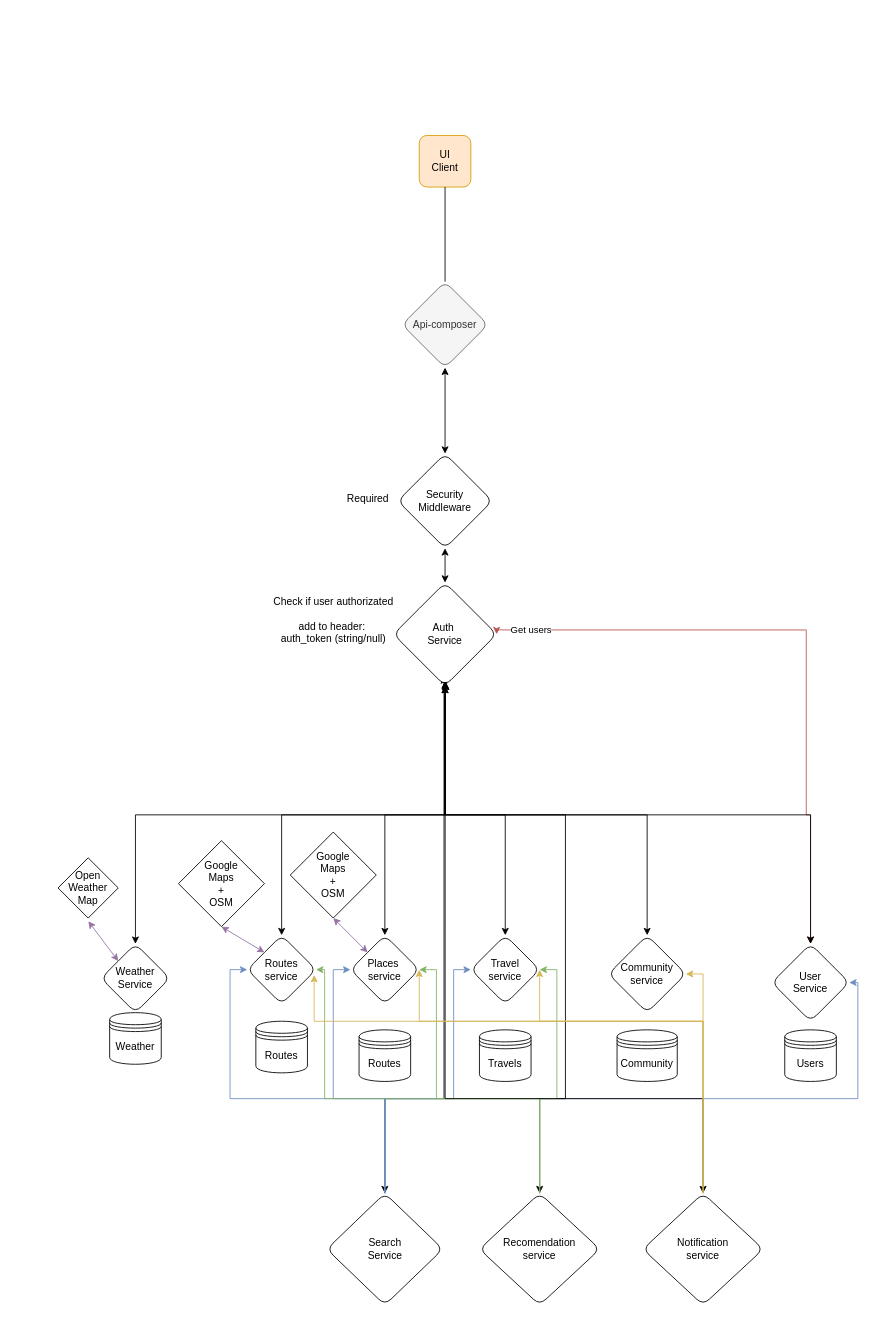
AndrewVozniak/WorldPath keeps this draw.io diagram as page "main" (1 of 2) of devStorage/ArchitectureWorldPath.drawio. Above is the earlier version. Source tidied: cells renumbered, new cells numbered last; positions are measured from the earlier drawing's top-left corner, leaving out a move shared by most shapes. Both pictures are drawn from the tidied source at 86%, with x=0, y=0 at pixel (15, 135).
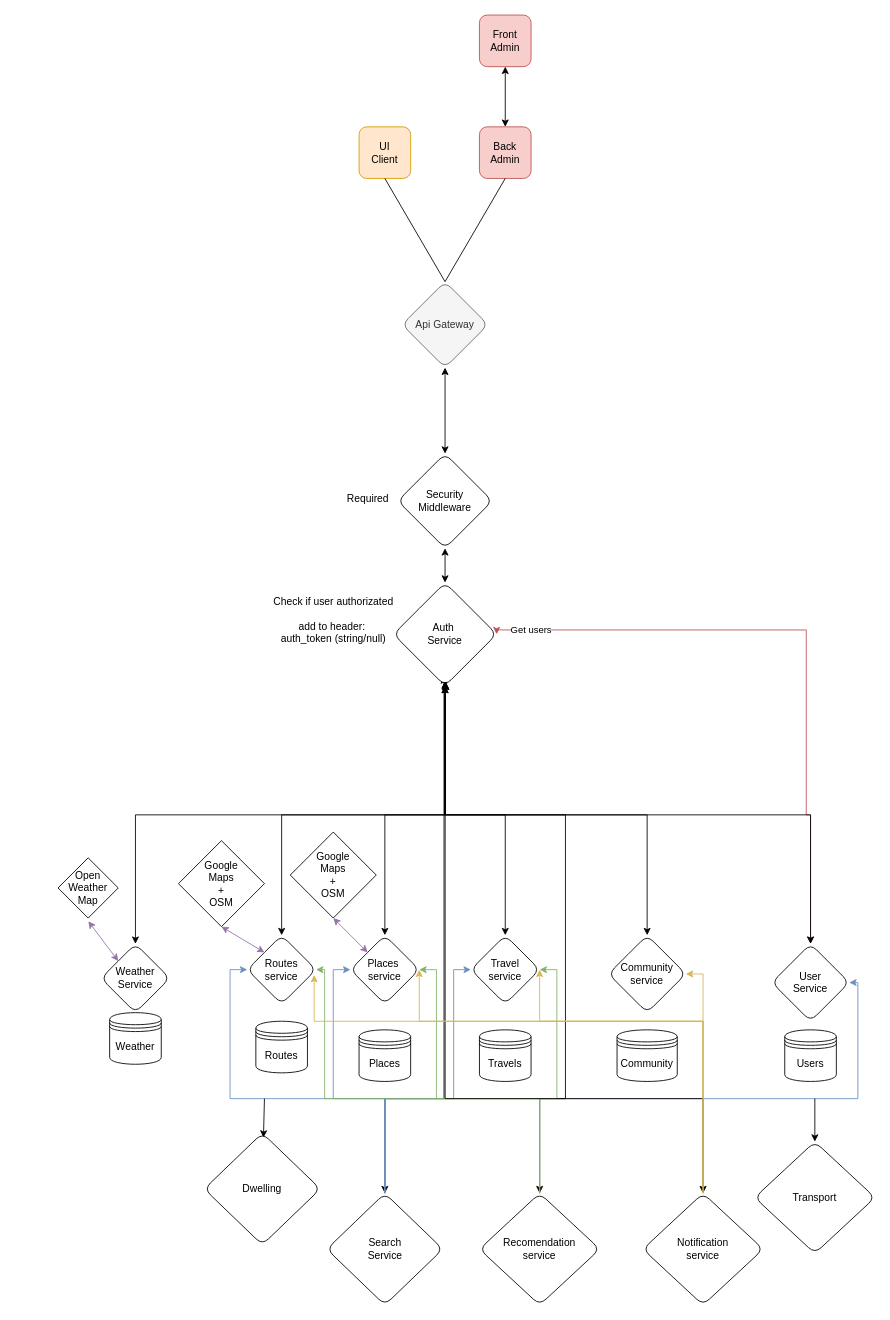
The same page after the edit.

The change refers to these unchanged cells:
```xml
<mxCell id="28" style="group;" parent="1" vertex="1">
  <mxGeometry x="390" y="930" width="80" height="160" as="geometry" />
</mxCell>
```

What changed in the source:
```diff
@@
     <mxCell id="2" value="UI&lt;br&gt;Client" style="rounded=1;whiteSpace=wrap;html=1;labelBackgroundColor=none;fillColor=#ffe6cc;strokeColor=#d79b00;" parent="1" vertex="1">
-      <mxGeometry x="470" width="60" height="60" as="geometry" />
+      <mxGeometry x="400" y="-10" width="60" height="60" as="geometry" />
     </mxCell>
-    <mxCell id="3" value="Api-composer" style="rhombus;whiteSpace=wrap;html=1;labelBackgroundColor=none;fillColor=#f5f5f5;fontColor=#333333;strokeColor=#666666;rounded=1;" parent="1" vertex="1">
+    <mxCell id="3" value="Api Gateway" style="rhombus;whiteSpace=wrap;html=1;labelBackgroundColor=none;fillColor=#f5f5f5;fontColor=#333333;strokeColor=#666666;rounded=1;" parent="1" vertex="1">
       <mxGeometry x="450" y="170" width="100" height="100" as="geometry" />
     </mxCell>
@@
-    <mxCell id="30" value="Routes" style="shape=datastore;whiteSpace=wrap;html=1;rounded=1;" parent="28" vertex="1">
+    <mxCell id="30" value="Places" style="shape=datastore;whiteSpace=wrap;html=1;rounded=1;" parent="28" vertex="1">
       <mxGeometry x="10" y="110" width="60" height="60" as="geometry" />
     </mxCell>
@@
+    <mxCell id="60" style="endArrow=classic;html=1;rounded=0;entryX=0.51;entryY=0.041;entryDx=0;entryDy=0;entryPerimeter=0;" parent="1" edge="1" target="63">
+      <mxGeometry relative="1" as="geometry">
+        <mxPoint x="290" y="1120" as="sourcePoint" />
+      </mxGeometry>
+    </mxCell>
+    <mxCell id="61" style="endArrow=classic;html=1;rounded=0;entryX=0.5;entryY=0;entryDx=0;entryDy=0;" parent="1" edge="1" target="62">
+      <mxGeometry relative="1" as="geometry">
+        <mxPoint x="930" y="1120" as="sourcePoint" />
+      </mxGeometry>
+    </mxCell>
+    <mxCell id="62" value="Transport" style="rhombus;whiteSpace=wrap;html=1;rounded=1;" parent="1" vertex="1">
+      <mxGeometry x="860" y="1170" width="140" height="130" as="geometry" />
+    </mxCell>
+    <mxCell id="63" value="Dwelling" style="rhombus;whiteSpace=wrap;html=1;rounded=1;" parent="1" vertex="1">
+      <mxGeometry x="220" y="1160" width="135" height="130" as="geometry" />
+    </mxCell>
+    <mxCell id="64" value="Back&lt;br&gt;Admin" style="rounded=1;whiteSpace=wrap;html=1;labelBackgroundColor=none;fillColor=#f8cecc;strokeColor=#b85450;" parent="1" vertex="1">
+      <mxGeometry x="540" y="-10" width="60" height="60" as="geometry" />
+    </mxCell>
+    <mxCell id="65" style="endArrow=none;html=1;rounded=0;exitX=0.5;exitY=0;exitDx=0;exitDy=0;entryX=0.5;entryY=1;entryDx=0;entryDy=0;" parent="1" edge="1" source="3" target="64">
+      <mxGeometry relative="1" as="geometry" />
+    </mxCell>
+    <mxCell id="66" value="Front&lt;br&gt;Admin" style="rounded=1;whiteSpace=wrap;html=1;labelBackgroundColor=none;fillColor=#f8cecc;strokeColor=#b85450;" parent="1" vertex="1">
+      <mxGeometry x="540" y="-140" width="60" height="60" as="geometry" />
+    </mxCell>
+    <mxCell id="67" style="endArrow=classic;startArrow=classic;html=1;rounded=0;entryX=0.5;entryY=1;entryDx=0;entryDy=0;exitX=0.5;exitY=0;exitDx=0;exitDy=0;" parent="1" edge="1" source="64" target="66">
+      <mxGeometry relative="1" as="geometry" />
+    </mxCell>
```
